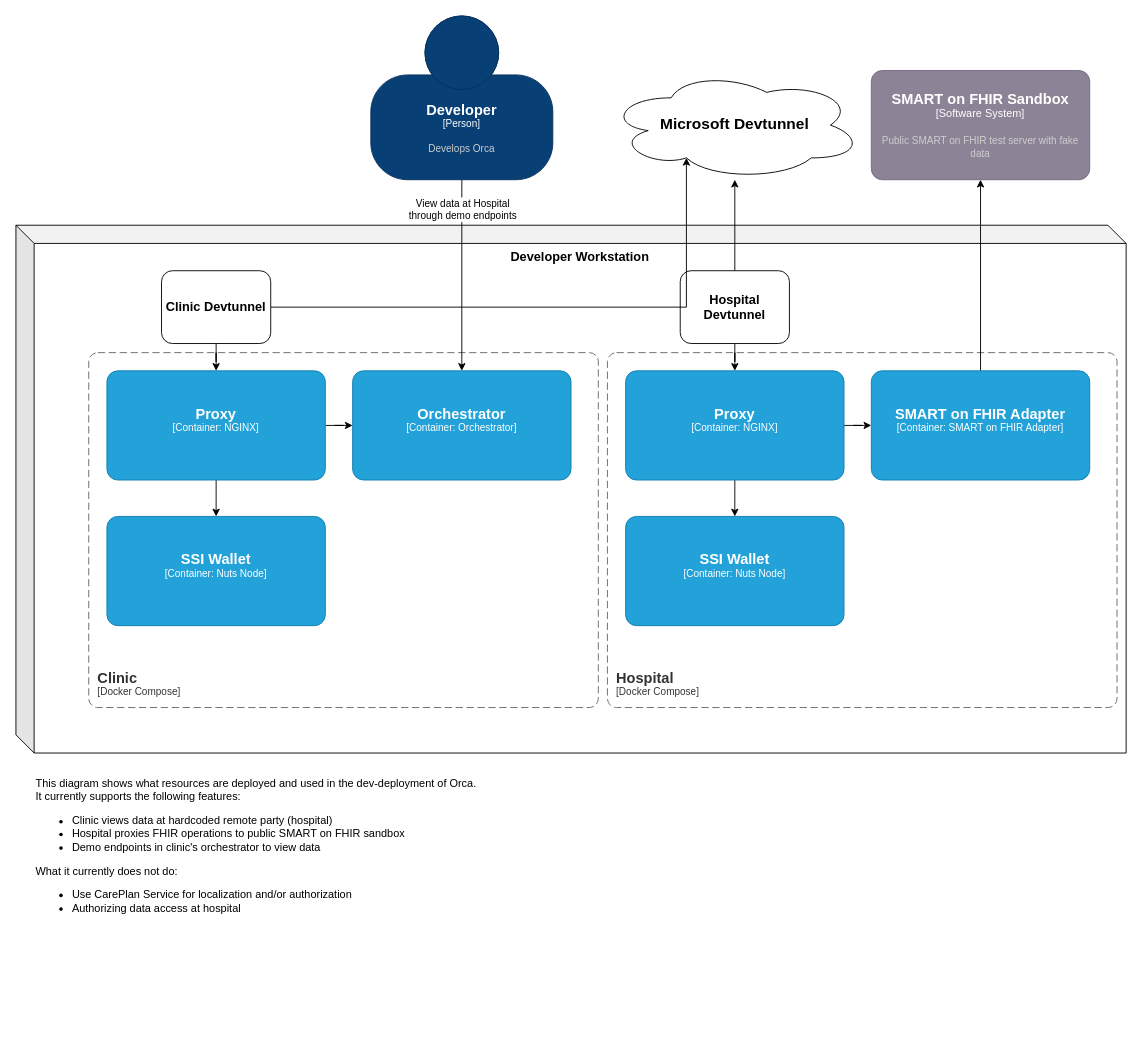
Above: deployments/dev/description.drawio in SanteonNL/orca (draw.io), before the change. Source tidied: cells renumbered, new cells numbered last; positions are measured from the earlier drawing's top-left corner, leaving out a move shared by most shapes. Both pictures are drawn from the tidied source at 91%, with x=0, y=0 at pixel (15, 15).
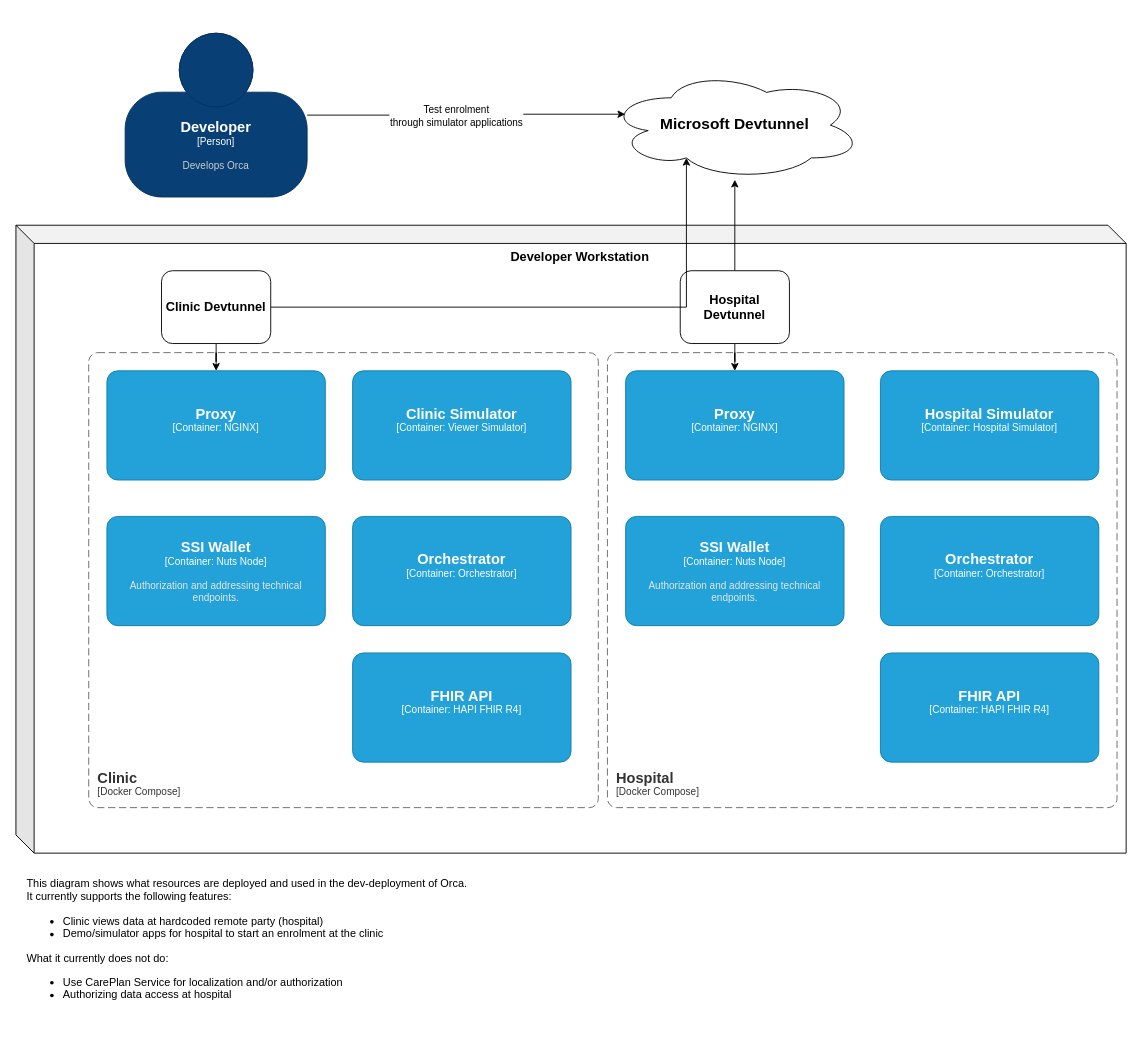
After the change.

Commit message (it also covers changes not shown here):
Configure Nuts node and Discovery Service in dev setup, issue NutsUraCredential

The change refers to these unchanged cells:
```xml
<object id="7" label="&lt;font style=&quot;font-size: 16px&quot;&gt;&lt;b&gt;%c4Name%&lt;/b&gt;&lt;/font&gt;&lt;div&gt;[%c4Type%: %c4Technology%]&lt;/div&gt;&lt;br&gt;&lt;div&gt;&lt;font style=&quot;font-size: 11px&quot;&gt;&lt;font color=&quot;#E6E6E6&quot;&gt;%c4Description%&lt;/font&gt;&lt;/div&gt;" c4Description="" c4Name="Proxy" c4Technology="NGINX" c4Type="Container" placeholders="1">
  <mxCell style="rounded=1;whiteSpace=wrap;html=1;fontSize=11;labelBackgroundColor=none;fillColor=#23A2D9;fontColor=#ffffff;align=center;arcSize=10;strokeColor=#0E7DAD;points=[[0.25,0,0],[0.5,0,0],[0.75,0,0],[1,0.25,0],[1,0.5,0],[1,0.75,0],[0.75,1,0],[0.5,1,0],[0.25,1,0],[0,0.75,0],[0,0.5,0],[0,0.25,0]];" parent="1" vertex="1">
    <mxGeometry x="100" y="390" width="240" height="120" as="geometry" />
  </mxCell>
</object>
<object id="14" label="&lt;font style=&quot;font-size: 16px&quot;&gt;&lt;b&gt;%c4Name%&lt;/b&gt;&lt;/font&gt;&lt;div&gt;[%c4Type%: %c4Technology%]&lt;/div&gt;&lt;br&gt;&lt;div&gt;&lt;font style=&quot;font-size: 11px&quot;&gt;&lt;font color=&quot;#E6E6E6&quot;&gt;%c4Description%&lt;/font&gt;&lt;/div&gt;" c4Description="" c4Name="Proxy" c4Technology="NGINX" c4Type="Container" placeholders="1">
  <mxCell style="rounded=1;whiteSpace=wrap;html=1;fontSize=11;labelBackgroundColor=none;fillColor=#23A2D9;fontColor=#ffffff;align=center;arcSize=10;strokeColor=#0E7DAD;points=[[0.25,0,0],[0.5,0,0],[0.75,0,0],[1,0.25,0],[1,0.5,0],[1,0.75,0],[0.75,1,0],[0.5,1,0],[0.25,1,0],[0,0.75,0],[0,0.5,0],[0,0.25,0]];" parent="1" vertex="1">
    <mxGeometry x="670" y="390" width="240" height="120" as="geometry" />
  </mxCell>
</object>
<mxCell id="18" value="&lt;div style=&quot;font-size: 17px;&quot;&gt;Microsoft Devtunnel&lt;/div&gt;" style="ellipse;shape=cloud;whiteSpace=wrap;html=1;fontStyle=1;fontSize=17;" parent="1" vertex="1">
  <mxGeometry x="650" y="60" width="280" height="120" as="geometry" />
</mxCell>
```

Change to the diagram source:
```diff
@@
     <mxCell id="2" value="&lt;b&gt;&lt;font style=&quot;font-size: 14px;&quot;&gt;Developer Workstation&lt;/font&gt;&lt;/b&gt;" style="shape=cube;whiteSpace=wrap;html=1;boundedLbl=1;backgroundOutline=1;darkOpacity=0.05;darkOpacity2=0.1;verticalAlign=top;" parent="1" vertex="1">
-      <mxGeometry y="230" width="1220" height="580" as="geometry" />
+      <mxGeometry y="230" width="1220" height="690" as="geometry" />
     </mxCell>
     <object id="3" label="&lt;font style=&quot;font-size: 16px&quot;&gt;&lt;b&gt;&lt;div style=&quot;text-align: left&quot;&gt;%c4Name%&lt;/div&gt;&lt;/b&gt;&lt;/font&gt;&lt;div style=&quot;text-align: left&quot;&gt;[%c4Application%]&lt;/div&gt;" c4Application="Docker Compose" c4Name="Clinic" placeholders="1">
       <mxCell style="rounded=1;fontSize=11;whiteSpace=wrap;html=1;dashed=1;arcSize=20;fillColor=none;strokeColor=#666666;fontColor=#333333;labelBackgroundColor=none;align=left;verticalAlign=bottom;labelBorderColor=none;spacingTop=0;spacing=10;dashPattern=8 4;perimeter=rectanglePerimeter;noLabel=0;labelPadding=0;absoluteArcSize=1;" parent="1" vertex="1">
-        <mxGeometry x="80" y="370" width="560" height="390" as="geometry" />
+        <mxGeometry x="80" y="370" width="560" height="500" as="geometry" />
       </mxCell>
     </object>
-    <object id="4" label="&lt;font style=&quot;font-size: 16px&quot;&gt;&lt;b&gt;%c4Name%&lt;/b&gt;&lt;/font&gt;&lt;div&gt;[%c4Type%: %c4Technology%]&lt;/div&gt;&lt;br&gt;&lt;div&gt;&lt;font style=&quot;font-size: 11px&quot;&gt;&lt;font color=&quot;#E6E6E6&quot;&gt;%c4Description%&lt;/font&gt;&lt;/div&gt;" c4Description="" c4Name="SSI Wallet" c4Technology="Nuts Node" c4Type="Container" placeholders="1">
+    <object id="4" label="&lt;font style=&quot;font-size: 16px&quot;&gt;&lt;b&gt;%c4Name%&lt;/b&gt;&lt;/font&gt;&lt;div&gt;[%c4Type%: %c4Technology%]&lt;/div&gt;&lt;br&gt;&lt;div&gt;&lt;font style=&quot;font-size: 11px&quot;&gt;&lt;font color=&quot;#E6E6E6&quot;&gt;%c4Description%&lt;/font&gt;&lt;/div&gt;" c4Description="Authorization and addressing technical endpoints." c4Name="SSI Wallet" c4Technology="Nuts Node" c4Type="Container" placeholders="1">
       <mxCell style="rounded=1;whiteSpace=wrap;html=1;fontSize=11;labelBackgroundColor=none;fillColor=#23A2D9;fontColor=#ffffff;align=center;arcSize=10;strokeColor=#0E7DAD;points=[[0.25,0,0],[0.5,0,0],[0.75,0,0],[1,0.25,0],[1,0.5,0],[1,0.75,0],[0.75,1,0],[0.5,1,0],[0.25,1,0],[0,0.75,0],[0,0.5,0],[0,0.25,0]];" parent="1" vertex="1">
         <mxGeometry x="100" y="550" width="240" height="120" as="geometry" />
       </mxCell>
     </object>
-    <mxCell id="5" style="edgeStyle=orthogonalEdgeStyle;rounded=0;jettySize=auto;html=1;" parent="1" edge="1" source="7" target="4">
-      <mxGeometry relative="1" as="geometry" />
-    </mxCell>
-    <mxCell id="6" style="edgeStyle=orthogonalEdgeStyle;rounded=0;jettySize=auto;html=1;" parent="1" edge="1" source="7" target="8">
-      <mxGeometry relative="1" as="geometry" />
-    </mxCell>
@@
-    <object id="8" label="&lt;font style=&quot;font-size: 16px&quot;&gt;&lt;b&gt;%c4Name%&lt;/b&gt;&lt;/font&gt;&lt;div&gt;[%c4Type%: %c4Technology%]&lt;/div&gt;&lt;br&gt;&lt;div&gt;&lt;font style=&quot;font-size: 11px&quot;&gt;&lt;font color=&quot;#E6E6E6&quot;&gt;%c4Description%&lt;/font&gt;&lt;/div&gt;" c4Description="" c4Name="Orchestrator" c4Technology="Orchestrator" c4Type="Container" placeholders="1">
+    <object id="8" label="&lt;font style=&quot;font-size: 16px&quot;&gt;&lt;b&gt;%c4Name%&lt;/b&gt;&lt;/font&gt;&lt;div&gt;[%c4Type%: %c4Technology%]&lt;/div&gt;&lt;br&gt;&lt;div&gt;&lt;font style=&quot;font-size: 11px&quot;&gt;&lt;font color=&quot;#E6E6E6&quot;&gt;%c4Description%&lt;/font&gt;&lt;/div&gt;" c4Description="" c4Name="Clinic Simulator" c4Technology="Viewer Simulator" c4Type="Container" placeholders="1">
       <mxCell style="rounded=1;whiteSpace=wrap;html=1;fontSize=11;labelBackgroundColor=none;fillColor=#23A2D9;fontColor=#ffffff;align=center;arcSize=10;strokeColor=#0E7DAD;points=[[0.25,0,0],[0.5,0,0],[0.75,0,0],[1,0.25,0],[1,0.5,0],[1,0.75,0],[0.75,1,0],[0.5,1,0],[0.25,1,0],[0,0.75,0],[0,0.5,0],[0,0.25,0]];" parent="1" vertex="1">
         <mxGeometry x="370" y="390" width="240" height="120" as="geometry" />
       </mxCell>
     </object>
@@
     <object id="10" label="&lt;font style=&quot;font-size: 16px&quot;&gt;&lt;b&gt;&lt;div style=&quot;text-align: left&quot;&gt;%c4Name%&lt;/div&gt;&lt;/b&gt;&lt;/font&gt;&lt;div style=&quot;text-align: left&quot;&gt;[%c4Application%]&lt;/div&gt;" c4Application="Docker Compose" c4Name="Hospital" placeholders="1">
       <mxCell style="rounded=1;fontSize=11;whiteSpace=wrap;html=1;dashed=1;arcSize=20;fillColor=none;strokeColor=#666666;fontColor=#333333;labelBackgroundColor=none;align=left;verticalAlign=bottom;labelBorderColor=none;spacingTop=0;spacing=10;dashPattern=8 4;perimeter=rectanglePerimeter;noLabel=0;labelPadding=0;absoluteArcSize=1;" parent="1" vertex="1">
-        <mxGeometry x="650" y="370" width="560" height="390" as="geometry" />
+        <mxGeometry x="650" y="370" width="560" height="500" as="geometry" />
       </mxCell>
     </object>
-    <object id="11" label="&lt;font style=&quot;font-size: 16px&quot;&gt;&lt;b&gt;%c4Name%&lt;/b&gt;&lt;/font&gt;&lt;div&gt;[%c4Type%: %c4Technology%]&lt;/div&gt;&lt;br&gt;&lt;div&gt;&lt;font style=&quot;font-size: 11px&quot;&gt;&lt;font color=&quot;#E6E6E6&quot;&gt;%c4Description%&lt;/font&gt;&lt;/div&gt;" c4Description="" c4Name="SSI Wallet" c4Technology="Nuts Node" c4Type="Container" placeholders="1">
+    <object id="11" label="&lt;font style=&quot;font-size: 16px&quot;&gt;&lt;b&gt;%c4Name%&lt;/b&gt;&lt;/font&gt;&lt;div&gt;[%c4Type%: %c4Technology%]&lt;/div&gt;&lt;br&gt;&lt;div&gt;&lt;font style=&quot;font-size: 11px&quot;&gt;&lt;font color=&quot;#E6E6E6&quot;&gt;%c4Description%&lt;/font&gt;&lt;/div&gt;" c4Description="Authorization and addressing technical endpoints." c4Name="SSI Wallet" c4Technology="Nuts Node" c4Type="Container" placeholders="1">
       <mxCell style="rounded=1;whiteSpace=wrap;html=1;fontSize=11;labelBackgroundColor=none;fillColor=#23A2D9;fontColor=#ffffff;align=center;arcSize=10;strokeColor=#0E7DAD;points=[[0.25,0,0],[0.5,0,0],[0.75,0,0],[1,0.25,0],[1,0.5,0],[1,0.75,0],[0.75,1,0],[0.5,1,0],[0.25,1,0],[0,0.75,0],[0,0.5,0],[0,0.25,0]];" parent="1" vertex="1">
         <mxGeometry x="670" y="550" width="240" height="120" as="geometry" />
       </mxCell>
     </object>
-    <mxCell id="12" style="edgeStyle=orthogonalEdgeStyle;rounded=0;jettySize=auto;html=1;" parent="1" edge="1" source="14" target="11">
-      <mxGeometry relative="1" as="geometry" />
-    </mxCell>
-    <mxCell id="13" style="edgeStyle=orthogonalEdgeStyle;rounded=0;jettySize=auto;html=1;" parent="1" edge="1" source="14" target="16">
-      <mxGeometry relative="1" as="geometry" />
-    </mxCell>
@@
-    <mxCell id="15" style="edgeStyle=orthogonalEdgeStyle;rounded=0;jettySize=auto;html=1;" parent="1" edge="1" source="16" target="19">
-      <mxGeometry relative="1" as="geometry" />
-    </mxCell>
-    <object id="16" label="&lt;font style=&quot;font-size: 16px&quot;&gt;&lt;b&gt;%c4Name%&lt;/b&gt;&lt;/font&gt;&lt;div&gt;[%c4Type%: %c4Technology%]&lt;/div&gt;&lt;br&gt;&lt;div&gt;&lt;font style=&quot;font-size: 11px&quot;&gt;&lt;font color=&quot;#E6E6E6&quot;&gt;%c4Description%&lt;/font&gt;&lt;/div&gt;" c4Description="" c4Name="SMART on FHIR Adapter" c4Technology="SMART on FHIR Adapter" c4Type="Container" placeholders="1">
-      <mxCell style="rounded=1;whiteSpace=wrap;html=1;fontSize=11;labelBackgroundColor=none;fillColor=#23A2D9;fontColor=#ffffff;align=center;arcSize=10;strokeColor=#0E7DAD;points=[[0.25,0,0],[0.5,0,0],[0.75,0,0],[1,0.25,0],[1,0.5,0],[1,0.75,0],[0.75,1,0],[0.5,1,0],[0.25,1,0],[0,0.75,0],[0,0.5,0],[0,0.25,0]];" parent="1" vertex="1">
-        <mxGeometry x="940" y="390" width="240" height="120" as="geometry" />
-      </mxCell>
-    </object>
@@
-    <object id="19" label="&lt;font style=&quot;font-size: 16px&quot;&gt;&lt;b&gt;%c4Name%&lt;/b&gt;&lt;/font&gt;&lt;div&gt;[%c4Type%]&lt;/div&gt;&lt;br&gt;&lt;div&gt;&lt;font style=&quot;font-size: 11px&quot;&gt;&lt;font color=&quot;#cccccc&quot;&gt;%c4Description%&lt;/font&gt;&lt;/div&gt;" c4Description="Public SMART on FHIR test server with fake data" c4Name="SMART on FHIR Sandbox" c4Type="Software System" placeholders="1">
-      <mxCell style="rounded=1;whiteSpace=wrap;html=1;labelBackgroundColor=none;fillColor=#8C8496;fontColor=#ffffff;align=center;arcSize=10;strokeColor=#736782;points=[[0.25,0,0],[0.5,0,0],[0.75,0,0],[1,0.25,0],[1,0.5,0],[1,0.75,0],[0.75,1,0],[0.5,1,0],[0.25,1,0],[0,0.75,0],[0,0.5,0],[0,0.25,0]];" parent="1" vertex="1">
-        <mxGeometry x="940" y="60" width="240" height="120" as="geometry" />
-      </mxCell>
-    </object>
-    <mxCell id="20" style="edgeStyle=orthogonalEdgeStyle;rounded=0;jettySize=auto;html=1;" parent="1" edge="1" source="22" target="8">
+    <mxCell id="20" style="edgeStyle=orthogonalEdgeStyle;rounded=0;jettySize=auto;html=1;entryX=0.07;entryY=0.4;entryDx=0;entryDy=0;entryPerimeter=0;" parent="1" edge="1" source="22" target="18">
       <mxGeometry relative="1" as="geometry" />
     </mxCell>
-    <mxCell id="21" value="View data at Hospital&lt;div&gt;through demo endpoints&lt;/div&gt;" style="edgeLabel;html=1;align=center;verticalAlign=middle;" parent="20" vertex="1">
+    <mxCell id="21" value="Test enrolment&lt;div&gt;through simulator applications&lt;/div&gt;" style="edgeLabel;html=1;align=center;verticalAlign=middle;" parent="20" vertex="1">
       <mxGeometry x="0.2" y="1" relative="1" as="geometry">
-        <mxPoint x="-1" y="-94" as="offset" />
+        <mxPoint x="-46" y="2" as="offset" />
       </mxGeometry>
     </mxCell>
     <object id="22" label="&lt;font style=&quot;font-size: 16px&quot;&gt;&lt;b&gt;%c4Name%&lt;/b&gt;&lt;/font&gt;&lt;div&gt;[%c4Type%]&lt;/div&gt;&lt;br&gt;&lt;div&gt;&lt;font style=&quot;font-size: 11px&quot;&gt;&lt;font color=&quot;#cccccc&quot;&gt;%c4Description%&lt;/font&gt;&lt;/div&gt;" c4Description="Develops Orca" c4Name="Developer" c4Type="Person" placeholders="1">
       <mxCell style="html=1;fontSize=11;dashed=0;whiteSpace=wrap;fillColor=#083F75;strokeColor=#06315C;fontColor=#ffffff;shape=mxgraph.c4.person2;align=center;points=[[0.5,0,0],[1,0.5,0],[1,0.75,0],[0.75,1,0],[0.5,1,0],[0.25,1,0],[0,0.75,0],[0,0.5,0]];" parent="1" vertex="1">
-        <mxGeometry x="390" width="200" height="180" as="geometry" />
+        <mxGeometry x="120" y="19" width="200" height="180" as="geometry" />
       </mxCell>
     </object>
-    <mxCell id="23" value="This diagram shows what resources are deployed and used in the dev-deployment of Orca.&lt;div&gt;It currently supports the following features:&lt;/div&gt;&lt;div&gt;&lt;ul&gt;&lt;li&gt;Clinic views data at hardcoded remote party (hospital)&lt;/li&gt;&lt;li&gt;Hospital proxies FHIR operations to public SMART on FHIR sandbox&lt;/li&gt;&lt;li&gt;Demo endpoints in clinic's orchestrator to view data&lt;/li&gt;&lt;/ul&gt;&lt;div&gt;What it currently does not do:&lt;/div&gt;&lt;/div&gt;&lt;div&gt;&lt;ul&gt;&lt;li&gt;Use CarePlan Service for localization and/or authorization&lt;/li&gt;&lt;li&gt;Authorizing data access at hospital&lt;/li&gt;&lt;/ul&gt;&lt;/div&gt;" style="text;html=1;align=left;verticalAlign=top;whiteSpace=wrap;rounded=0;" parent="1" vertex="1">
-      <mxGeometry x="20" y="830" width="520" height="170" as="geometry" />
+    <mxCell id="23" value="This diagram shows what resources are deployed and used in the dev-deployment of Orca.&lt;div&gt;It currently supports the following features:&lt;/div&gt;&lt;div&gt;&lt;ul&gt;&lt;li&gt;Clinic views data at hardcoded remote party (hospital)&lt;/li&gt;&lt;li&gt;Demo/simulator apps for hospital to start an enrolment at the clinic&lt;/li&gt;&lt;/ul&gt;&lt;div&gt;What it currently does not do:&lt;/div&gt;&lt;/div&gt;&lt;div&gt;&lt;ul&gt;&lt;li&gt;Use CarePlan Service for localization and/or authorization&lt;/li&gt;&lt;li&gt;Authorizing data access at hospital&lt;/li&gt;&lt;/ul&gt;&lt;/div&gt;" style="text;html=1;align=left;verticalAlign=top;whiteSpace=wrap;rounded=0;" parent="1" vertex="1">
+      <mxGeometry x="10" y="940" width="520" height="170" as="geometry" />
     </mxCell>
@@
+    <object id="28" label="&lt;font style=&quot;font-size: 16px&quot;&gt;&lt;b&gt;%c4Name%&lt;/b&gt;&lt;/font&gt;&lt;div&gt;[%c4Type%: %c4Technology%]&lt;/div&gt;&lt;br&gt;&lt;div&gt;&lt;font style=&quot;font-size: 11px&quot;&gt;&lt;font color=&quot;#E6E6E6&quot;&gt;%c4Description%&lt;/font&gt;&lt;/div&gt;" c4Description="" c4Name="Orchestrator" c4Technology="Orchestrator" c4Type="Container" placeholders="1">
+      <mxCell style="rounded=1;whiteSpace=wrap;html=1;fontSize=11;labelBackgroundColor=none;fillColor=#23A2D9;fontColor=#ffffff;align=center;arcSize=10;strokeColor=#0E7DAD;" parent="1" vertex="1">
+        <mxGeometry x="370" y="550" width="240" height="120" as="geometry" />
+      </mxCell>
+    </object>
+    <object id="29" label="&lt;font style=&quot;font-size: 16px&quot;&gt;&lt;b&gt;%c4Name%&lt;/b&gt;&lt;/font&gt;&lt;div&gt;[%c4Type%: %c4Technology%]&lt;/div&gt;&lt;br&gt;&lt;div&gt;&lt;font style=&quot;font-size: 11px&quot;&gt;&lt;font color=&quot;#E6E6E6&quot;&gt;%c4Description%&lt;/font&gt;&lt;/div&gt;" c4Description="" c4Name="FHIR API" c4Technology="HAPI FHIR R4" c4Type="Container" placeholders="1">
+      <mxCell style="rounded=1;whiteSpace=wrap;html=1;fontSize=11;labelBackgroundColor=none;fillColor=#23A2D9;fontColor=#ffffff;align=center;arcSize=10;strokeColor=#0E7DAD;" parent="1" vertex="1">
+        <mxGeometry x="370" y="700" width="240" height="120" as="geometry" />
+      </mxCell>
+    </object>
+    <object id="30" label="&lt;font style=&quot;font-size: 16px&quot;&gt;&lt;b&gt;%c4Name%&lt;/b&gt;&lt;/font&gt;&lt;div&gt;[%c4Type%: %c4Technology%]&lt;/div&gt;&lt;br&gt;&lt;div&gt;&lt;font style=&quot;font-size: 11px&quot;&gt;&lt;font color=&quot;#E6E6E6&quot;&gt;%c4Description%&lt;/font&gt;&lt;/div&gt;" c4Description="" c4Name="FHIR API" c4Technology="HAPI FHIR R4" c4Type="Container" placeholders="1">
+      <mxCell style="rounded=1;whiteSpace=wrap;html=1;fontSize=11;labelBackgroundColor=none;fillColor=#23A2D9;fontColor=#ffffff;align=center;arcSize=10;strokeColor=#0E7DAD;" parent="1" vertex="1">
+        <mxGeometry x="950" y="700" width="240" height="120" as="geometry" />
+      </mxCell>
+    </object>
+    <object id="31" label="&lt;font style=&quot;font-size: 16px&quot;&gt;&lt;b&gt;%c4Name%&lt;/b&gt;&lt;/font&gt;&lt;div&gt;[%c4Type%: %c4Technology%]&lt;/div&gt;&lt;br&gt;&lt;div&gt;&lt;font style=&quot;font-size: 11px&quot;&gt;&lt;font color=&quot;#E6E6E6&quot;&gt;%c4Description%&lt;/font&gt;&lt;/div&gt;" c4Description="" c4Name="Hospital Simulator" c4Technology="Hospital Simulator" c4Type="Container" placeholders="1">
+      <mxCell style="rounded=1;whiteSpace=wrap;html=1;fontSize=11;labelBackgroundColor=none;fillColor=#23A2D9;fontColor=#ffffff;align=center;arcSize=10;strokeColor=#0E7DAD;" parent="1" vertex="1">
+        <mxGeometry x="950" y="390" width="240" height="120" as="geometry" />
+      </mxCell>
+    </object>
+    <object id="32" label="&lt;font style=&quot;font-size: 16px&quot;&gt;&lt;b&gt;%c4Name%&lt;/b&gt;&lt;/font&gt;&lt;div&gt;[%c4Type%: %c4Technology%]&lt;/div&gt;&lt;br&gt;&lt;div&gt;&lt;font style=&quot;font-size: 11px&quot;&gt;&lt;font color=&quot;#E6E6E6&quot;&gt;%c4Description%&lt;/font&gt;&lt;/div&gt;" c4Description="" c4Name="Orchestrator" c4Technology="Orchestrator" c4Type="Container" placeholders="1">
+      <mxCell style="rounded=1;whiteSpace=wrap;html=1;fontSize=11;labelBackgroundColor=none;fillColor=#23A2D9;fontColor=#ffffff;align=center;arcSize=10;strokeColor=#0E7DAD;" parent="1" vertex="1">
+        <mxGeometry x="950" y="550" width="240" height="120" as="geometry" />
+      </mxCell>
+    </object>
```
